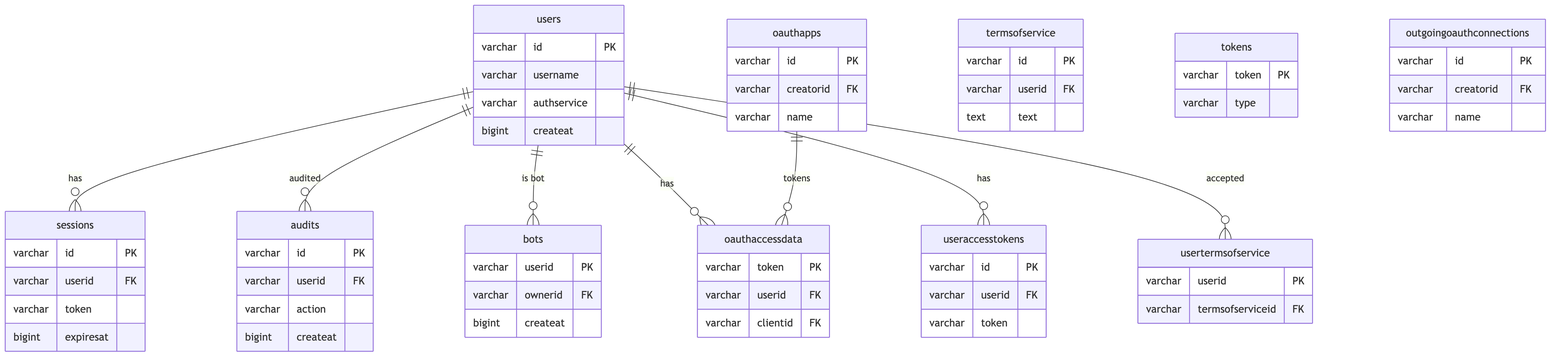
hungknow/tech-journey keeps this Mermaid diagram as mattermost/sql/diagrams/03-auth-sessions.png. Above is the earlier version. Its source is kept beside it as mattermost/sql/diagrams/03-auth-sessions.mmd. The source it was exported from:
```mermaid
erDiagram
    users {
        varchar id PK
        varchar username
        varchar authservice
        bigint createat
    }

    sessions {
        varchar id PK
        varchar userid FK
        varchar token
        bigint expiresat
    }

    audits {
        varchar id PK
        varchar userid FK
        varchar action
        bigint createat
    }

    bots {
        varchar userid PK
        varchar ownerid FK
        bigint createat
    }

    oauthapps {
        varchar id PK
        varchar creatorid FK
        varchar name
    }

    oauthaccessdata {
        varchar token PK
        varchar userid FK
        varchar clientid FK
    }

    useraccesstokens {
        varchar id PK
        varchar userid FK
        varchar token
    }

    termsofservice {
        varchar id PK
        varchar userid FK
        text text
    }

    usertermsofservice {
        varchar userid PK
        varchar termsofserviceid FK
    }

    tokens {
        varchar token PK
        varchar type
    }

    outgoingoauthconnections {
        varchar id PK
        varchar creatorid FK
        varchar name
    }

    users ||--o{ sessions : "has"
    users ||--o{ audits : "audited"
    users ||--o{ bots : "is bot"
    users ||--o{ oauthaccessdata : "has"
    users ||--o{ useraccesstokens : "has"
    users ||--o{ usertermsofservice : "accepted"
    oauthapps ||--o{ oauthaccessdata : "tokens"
```
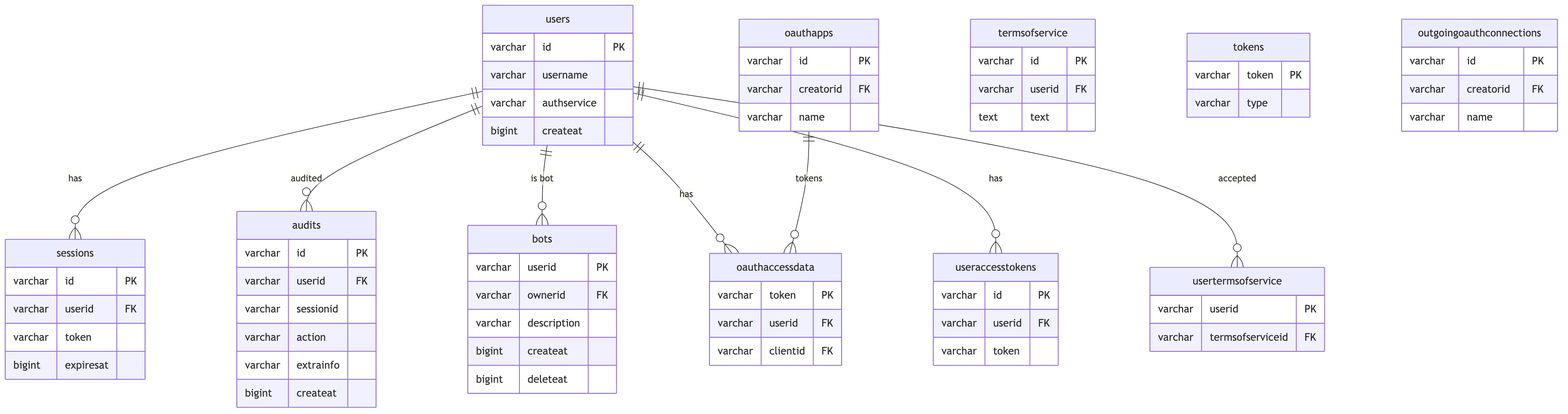
The same file after the commit.

Diff of the diagram source:
```diff
@@ -16,14 +16,18 @@
     audits {
         varchar id PK
         varchar userid FK
+        varchar sessionid
         varchar action
+        varchar extrainfo
         bigint createat
     }
 
     bots {
         varchar userid PK
         varchar ownerid FK
+        varchar description
         bigint createat
+        bigint deleteat
     }
 
     oauthapps {
```
